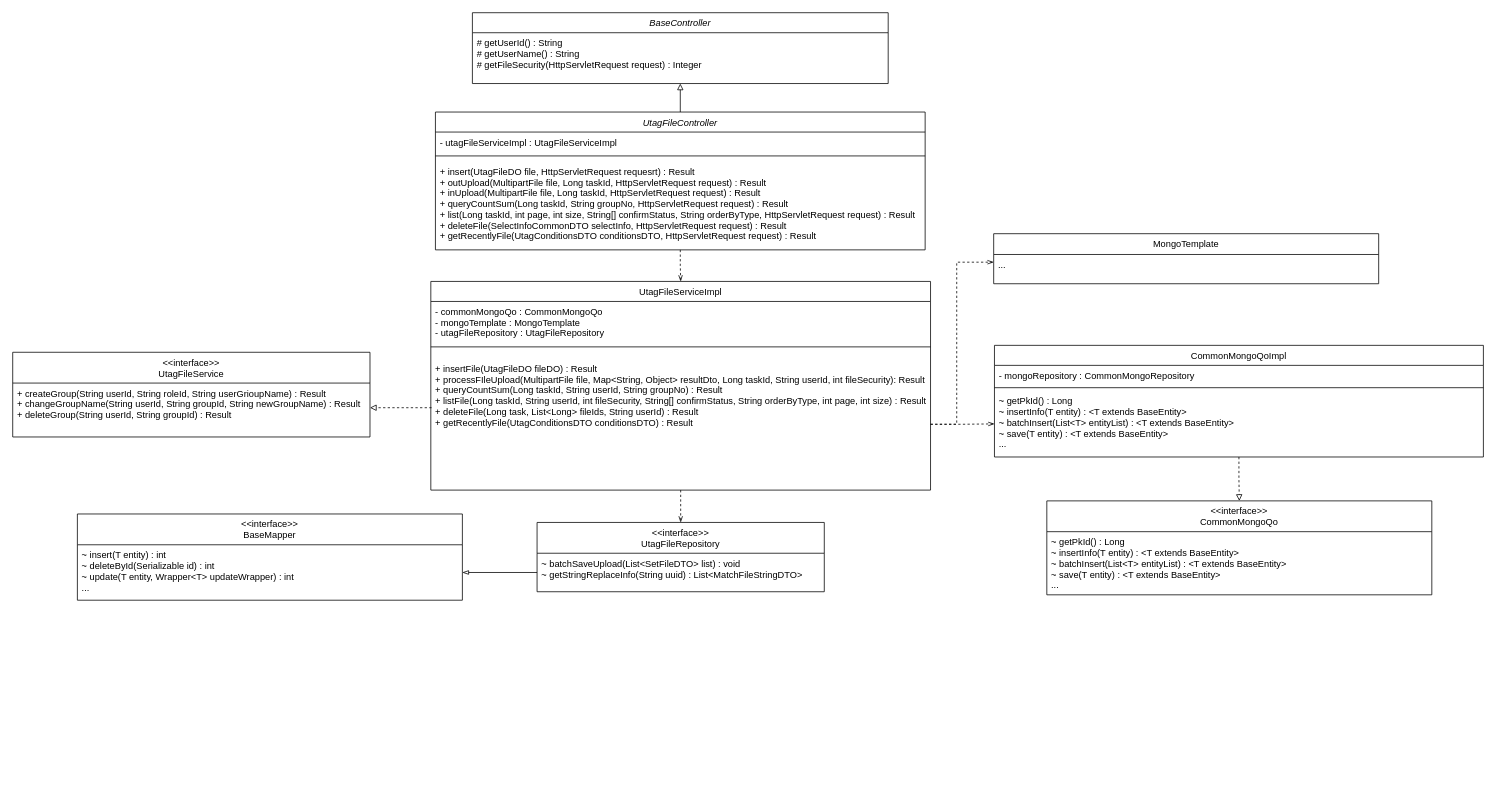
The draw.io diagram 文本标注和审核.drawio in come-on-reader/draw-io, before the edit. Source tidied: cells renumbered, new cells numbered last; positions are measured from the earlier drawing's top-left corner, leaving out a move shared by most shapes. Both pictures are drawn from the tidied source at 77%, with x=0, y=0 at pixel (12, 12).
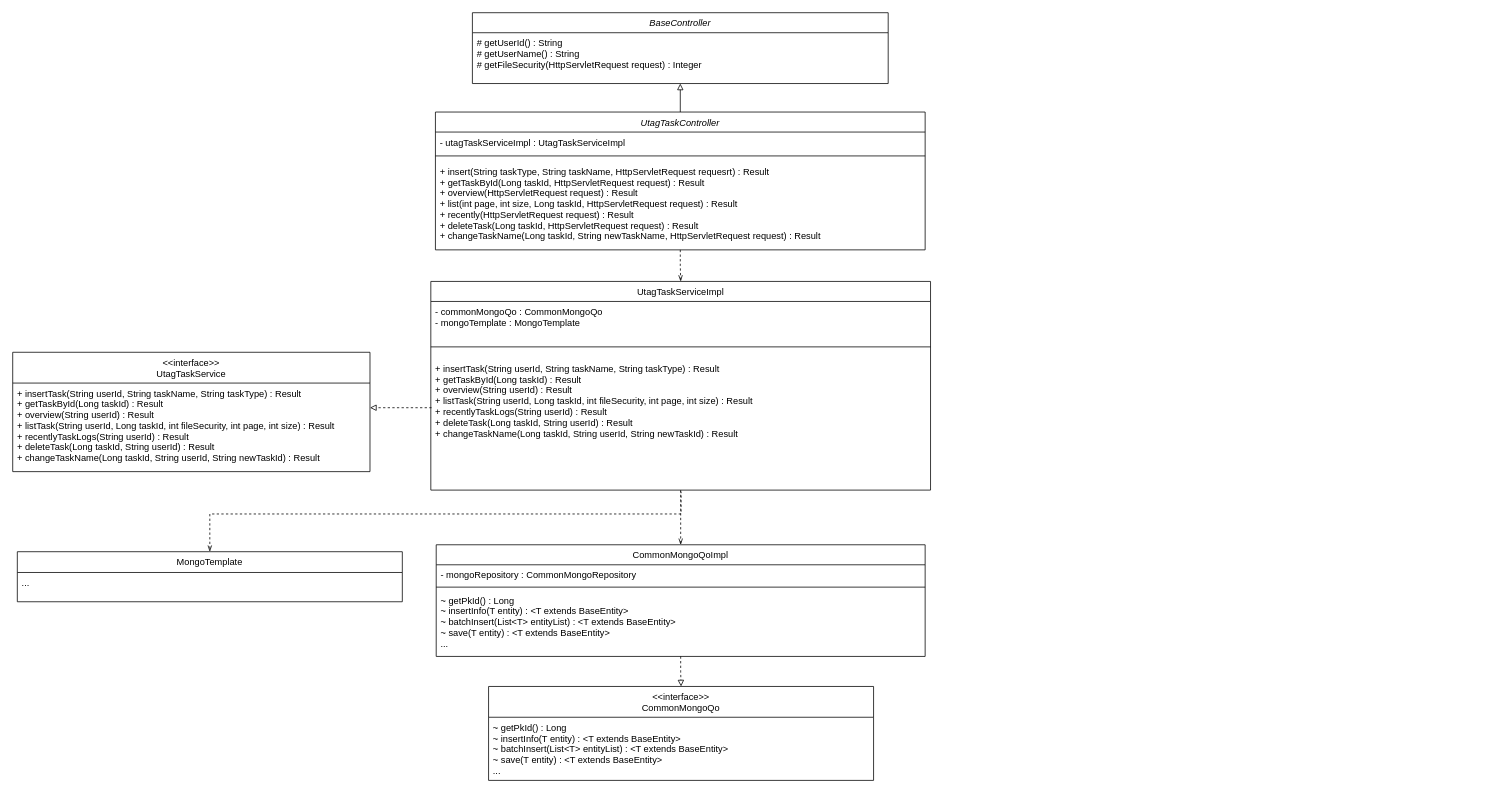
The same page after the edit.

Commit message:
更新文本标注和审核.drawio

Unchanged cells that the change refers to:
```xml
<mxCell id="26" value="..." style="text;align=left;verticalAlign=top;spacingLeft=4;spacingRight=4;overflow=hidden;points=[[0,0.5],[1,0.5]];portConstraint=eastwest;" parent="25" vertex="1">
  <mxGeometry y="27" width="500" height="38" as="geometry" />
</mxCell>
<mxCell id="31" value="~ getPkId() : Long&#10;~ insertInfo(T entity) : &lt;T extends BaseEntity&gt;&#10;~ batchInsert(List&lt;T&gt; entityList) : &lt;T extends BaseEntity&gt;&#10;~ save(T entity) : &lt;T extends BaseEntity&gt;&#10;..." style="text;align=left;verticalAlign=top;spacingLeft=4;spacingRight=4;overflow=hidden;points=[[0,0.5],[1,0.5]];portConstraint=eastwest;" parent="28" vertex="1">
  <mxGeometry y="59" width="635" height="86" as="geometry" />
</mxCell>
```

The edit, as a diff of the source:
```diff
@@
-    <mxCell id="3" value="UtagFileController" style="swimlane;fontStyle=2;align=center;verticalAlign=top;horizontal=1;startSize=26;rounded=0;shadow=0;strokeWidth=1;" parent="1" vertex="1">
+    <mxCell id="3" value="UtagTaskController" style="swimlane;fontStyle=2;align=center;verticalAlign=top;horizontal=1;startSize=26;rounded=0;shadow=0;strokeWidth=1;" parent="1" vertex="1">
       <mxGeometry x="549" y="129" width="636" height="179" as="geometry" />
     </mxCell>
-    <mxCell id="4" value="- utagFileServiceImpl : UtagFileServiceImpl" style="text;align=left;verticalAlign=top;spacingLeft=4;spacingRight=4;overflow=hidden;" parent="3" vertex="1">
+    <mxCell id="4" value="- utagTaskServiceImpl : UtagTaskServiceImpl" style="text;align=left;verticalAlign=top;spacingLeft=4;spacingRight=4;overflow=hidden;" parent="3" vertex="1">
       <mxGeometry y="26" width="636" height="24" as="geometry" />
     </mxCell>
@@
-    <mxCell id="6" value="+ insert(UtagFileDO file, HttpServletRequest requesrt) : Result&#10;+ outUpload(MultipartFile file, Long taskId, HttpServletRequest request) : Result&#10;+ inUpload(MultipartFile file, Long taskId, HttpServletRequest request) : Result&#10;+ queryCountSum(Long taskId, String groupNo, HttpServletRequest request) : Result&#10;+ list(Long taskId, int page, int size, String[] confirmStatus, String orderByType, HttpServletRequest request) : Result&#10;+ deleteFile(SelectInfoCommonDTO selectInfo, HttpServletRequest request) : Result&#10;+ getRecentlyFile(UtagConditionsDTO conditionsDTO, HttpServletRequest request) : Result" style="text;align=left;verticalAlign=top;spacingLeft=4;spacingRight=4;overflow=hidden;" parent="3" vertex="1">
+    <mxCell id="6" value="+ insert(String taskType, String taskName, HttpServletRequest requesrt) : Result&#10;+ getTaskById(Long taskId, HttpServletRequest request) : Result&#10;+ overview(HttpServletRequest request) : Result&#10;+ list(int page, int size, Long taskId, HttpServletRequest request) : Result&#10;+ recently(HttpServletRequest request) : Result&#10;+ deleteTask(Long taskId, HttpServletRequest request) : Result&#10;+ changeTaskName(Long taskId, String newTaskName, HttpServletRequest request) : Result" style="text;align=left;verticalAlign=top;spacingLeft=4;spacingRight=4;overflow=hidden;" parent="3" vertex="1">
       <mxGeometry y="64" width="636" height="112" as="geometry" />
     </mxCell>
-    <mxCell id="7" style="edgeStyle=orthogonalEdgeStyle;rounded=0;jettySize=auto;html=1;endArrow=openThin;endFill=0;dashed=1;" parent="1" edge="1" source="8" target="17">
-      <mxGeometry relative="1" as="geometry" />
-    </mxCell>
+    <mxCell id="34" style="edgeStyle=orthogonalEdgeStyle;rounded=0;jettySize=auto;html=1;dashed=1;endArrow=openThin;endFill=0;" parent="1" edge="1" source="8" target="28">
+      <mxGeometry relative="1" as="geometry" />
+    </mxCell>
-    <mxCell id="8" value="UtagFileServiceImpl" style="swimlane;fontStyle=0;align=center;verticalAlign=top;horizontal=1;startSize=26;rounded=0;shadow=0;strokeWidth=1;" parent="1" vertex="1">
+    <mxCell id="8" value="UtagTaskServiceImpl" style="swimlane;fontStyle=0;align=center;verticalAlign=top;horizontal=1;startSize=26;rounded=0;shadow=0;strokeWidth=1;" parent="1" vertex="1">
       <mxGeometry x="543" y="349" width="649" height="271" as="geometry" />
     </mxCell>
-    <mxCell id="9" value="- commonMongoQo : CommonMongoQo&#10;- mongoTemplate : MongoTemplate&#10;- utagFileRepository : UtagFileRepository" style="text;align=left;verticalAlign=top;spacingLeft=4;spacingRight=4;overflow=hidden;" parent="8" vertex="1">
+    <mxCell id="9" value="- commonMongoQo : CommonMongoQo&#10;- mongoTemplate : MongoTemplate" style="text;align=left;verticalAlign=top;spacingLeft=4;spacingRight=4;overflow=hidden;" parent="8" vertex="1">
       <mxGeometry y="26" width="649" height="44" as="geometry" />
     </mxCell>
@@
-    <mxCell id="11" value="+ insertFile(UtagFileDO fileDO) : Result&#10;+ processFIleUpload(MultipartFile file, Map&lt;String, Object&gt; resultDto, Long taskId, String userId, int fileSecurity): Result&#10;+ queryCountSum(Long taskId, String userId, String groupNo) : Result&#10;+ listFile(Long taskId, String userId, int fileSecurity, String[] confirmStatus, String orderByType, int page, int size) : Result&#10;+ deleteFile(Long task, List&lt;Long&gt; fileIds, String userId) : Result&#10;+ getRecentlyFile(UtagConditionsDTO conditionsDTO) : Result" style="text;align=left;verticalAlign=top;spacingLeft=4;spacingRight=4;overflow=hidden;points=[[0,0.5],[1,0.5]];portConstraint=eastwest;" parent="8" vertex="1">
+    <mxCell id="11" value="+ insertTask(String userId, String taskName, String taskType) : Result&#10;+ getTaskById(Long taskId) : Result&#10;+ overview(String userId) : Result&#10;+ listTask(String userId, Long taskId, int fileSecurity, int page, int size) : Result&#10;+ recentlyTaskLogs(String userId) : Result&#10;+ deleteTask(Long taskId, String userId) : Result&#10;+ changeTaskName(Long taskId, String userId, String newTaskId) : Result" style="text;align=left;verticalAlign=top;spacingLeft=4;spacingRight=4;overflow=hidden;points=[[0,0.5],[1,0.5]];portConstraint=eastwest;" parent="8" vertex="1">
       <mxGeometry y="100" width="649" height="171" as="geometry" />
     </mxCell>
-    <mxCell id="12" value="&lt;&lt;interface&gt;&gt;&#10;UtagFileService" style="swimlane;fontStyle=0;align=center;verticalAlign=top;horizontal=1;startSize=40;rounded=0;shadow=0;strokeWidth=1;" parent="1" vertex="1">
-      <mxGeometry y="441" width="464" height="110" as="geometry" />
+    <mxCell id="12" value="&lt;&lt;interface&gt;&gt;&#10;UtagTaskService" style="swimlane;fontStyle=0;align=center;verticalAlign=top;horizontal=1;startSize=40;rounded=0;shadow=0;strokeWidth=1;" parent="1" vertex="1">
+      <mxGeometry y="441" width="464" height="155" as="geometry" />
     </mxCell>
-    <mxCell id="13" value="+ createGroup(String userId, String roleId, String userGrioupName) : Result&#10;+ changeGroupName(String userId, String groupId, String newGroupName) : Result&#10;+ deleteGroup(String userId, String groupId) : Result" style="text;align=left;verticalAlign=top;spacingLeft=4;spacingRight=4;overflow=hidden;" parent="12" vertex="1">
-      <mxGeometry y="40" width="464" height="70" as="geometry" />
+    <mxCell id="13" value="+ insertTask(String userId, String taskName, String taskType) : Result&#10;+ getTaskById(Long taskId) : Result&#10;+ overview(String userId) : Result&#10;+ listTask(String userId, Long taskId, int fileSecurity, int page, int size) : Result&#10;+ recentlyTaskLogs(String userId) : Result&#10;+ deleteTask(Long taskId, String userId) : Result&#10;+ changeTaskName(Long taskId, String userId, String newTaskId) : Result" style="text;align=left;verticalAlign=top;spacingLeft=4;spacingRight=4;overflow=hidden;" parent="12" vertex="1">
+      <mxGeometry y="40" width="464" height="115" as="geometry" />
     </mxCell>
@@
     <mxCell id="15" value="&lt;&lt;interface&gt;&gt;&#10;CommonMongoQo" style="swimlane;fontStyle=0;align=center;verticalAlign=top;horizontal=1;startSize=40;rounded=0;shadow=0;strokeWidth=1;" parent="1" vertex="1">
-      <mxGeometry x="1343" y="634" width="500" height="122" as="geometry" />
+      <mxGeometry x="618" y="875" width="500" height="122" as="geometry" />
     </mxCell>
@@
-    <mxCell id="17" value="&lt;&lt;interface&gt;&gt;&#10;UtagFileRepository" style="swimlane;fontStyle=0;align=center;verticalAlign=top;horizontal=1;startSize=40;rounded=0;shadow=0;strokeWidth=1;" parent="1" vertex="1">
-      <mxGeometry x="681" y="662" width="373" height="90" as="geometry" />
-    </mxCell>
-    <mxCell id="18" value="~ batchSaveUpload(List&lt;SetFileDTO&gt; list) : void&#10;~ getStringReplaceInfo(String uuid) : List&lt;MatchFileStringDTO&gt;" style="text;align=left;verticalAlign=top;spacingLeft=4;spacingRight=4;overflow=hidden;points=[[0,0.5],[1,0.5]];portConstraint=eastwest;" parent="17" vertex="1">
-      <mxGeometry y="40" width="373" height="50" as="geometry" />
-    </mxCell>
-    <mxCell id="19" value="&lt;&lt;interface&gt;&gt;&#10;BaseMapper" style="swimlane;fontStyle=0;align=center;verticalAlign=top;horizontal=1;startSize=40;rounded=0;shadow=0;strokeWidth=1;" parent="1" vertex="1">
-      <mxGeometry x="84" y="651" width="500" height="112" as="geometry" />
-    </mxCell>
-    <mxCell id="20" value="~ insert(T entity) : int&#10;~ deleteById(Serializable id) : int&#10;~ update(T entity, Wrapper&lt;T&gt; updateWrapper) : int&#10;..." style="text;align=left;verticalAlign=top;spacingLeft=4;spacingRight=4;overflow=hidden;points=[[0,0.5],[1,0.5]];portConstraint=eastwest;" parent="19" vertex="1">
-      <mxGeometry y="40" width="500" height="72" as="geometry" />
-    </mxCell>
-    <mxCell id="21" style="edgeStyle=orthogonalEdgeStyle;rounded=0;jettySize=auto;html=1;exitX=0;exitY=0.5;exitDx=0;exitDy=0;entryX=1;entryY=0.5;entryDx=0;entryDy=0;endArrow=blockThin;endFill=0;" parent="1" edge="1" source="18" target="20">
-      <mxGeometry relative="1" as="geometry" />
-    </mxCell>
@@
     <mxCell id="25" value="MongoTemplate" style="swimlane;fontStyle=0;align=center;verticalAlign=top;horizontal=1;startSize=27;rounded=0;shadow=0;strokeWidth=1;" parent="1" vertex="1">
-      <mxGeometry x="1274" y="287" width="500" height="65" as="geometry" />
+      <mxGeometry x="6" y="700" width="500" height="65" as="geometry" />
     </mxCell>
@@
     <mxCell id="28" value="CommonMongoQoImpl" style="swimlane;fontStyle=0;align=center;verticalAlign=top;horizontal=1;startSize=26;rounded=0;shadow=0;strokeWidth=1;" parent="1" vertex="1">
-      <mxGeometry x="1275" y="432" width="635" height="145" as="geometry" />
+      <mxGeometry x="550" y="691" width="635" height="145" as="geometry" />
     </mxCell>
@@
-    <mxCell id="32" style="edgeStyle=orthogonalEdgeStyle;rounded=0;jettySize=auto;html=1;endArrow=openThin;endFill=0;dashed=1;exitX=1;exitY=0.5;exitDx=0;exitDy=0;" parent="1" edge="1" source="11" target="31">
-      <mxGeometry relative="1" as="geometry" />
-    </mxCell>
-    <mxCell id="33" style="edgeStyle=orthogonalEdgeStyle;rounded=0;jettySize=auto;html=1;endArrow=openThin;endFill=0;dashed=1;exitX=1;exitY=0.5;exitDx=0;exitDy=0;" parent="1" edge="1" source="11" target="26">
-      <mxGeometry relative="1" as="geometry">
-        <Array as="points">
-          <mxPoint x="1226" y="535" />
-          <mxPoint x="1226" y="324" />
-        </Array>
-      </mxGeometry>
-    </mxCell>
+    <mxCell id="35" style="edgeStyle=orthogonalEdgeStyle;rounded=0;jettySize=auto;html=1;dashed=1;endArrow=openThin;endFill=0;exitX=0.499;exitY=1.013;exitDx=0;exitDy=0;exitPerimeter=0;entryX=0.5;entryY=0;entryDx=0;entryDy=0;" parent="1" edge="1" source="11" target="25">
+      <mxGeometry relative="1" as="geometry">
+        <Array as="points">
+          <mxPoint x="868" y="622" />
+          <mxPoint x="868" y="651" />
+          <mxPoint x="256" y="651" />
+        </Array>
+      </mxGeometry>
+    </mxCell>
```
